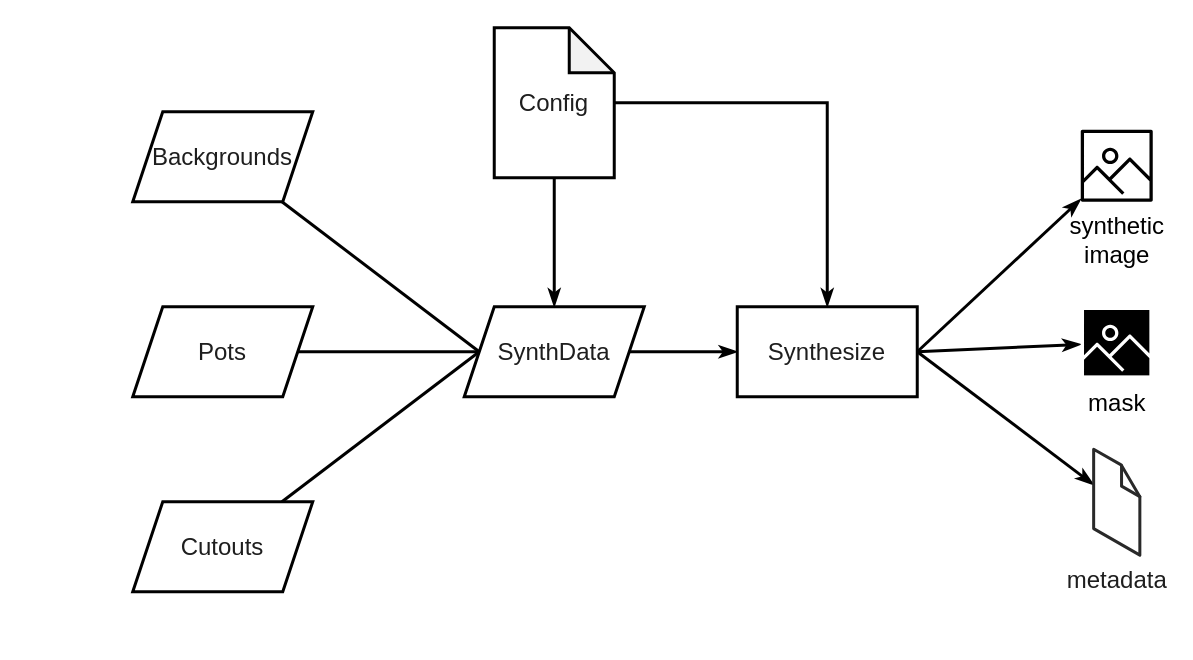
The draw.io diagram page "Page-5" (5 of 5) of asset/Class_diagrams.drawio.xml in precision-sustainable-ag/SemiF-SyntheticPipeline, before the edit. Source tidied: cells renumbered, new cells numbered last; positions are measured from the earlier drawing's top-left corner, leaving out a move shared by most shapes. Both pictures are drawn from the tidied source at 150%, with x=0, y=0 at pixel (132, 27).
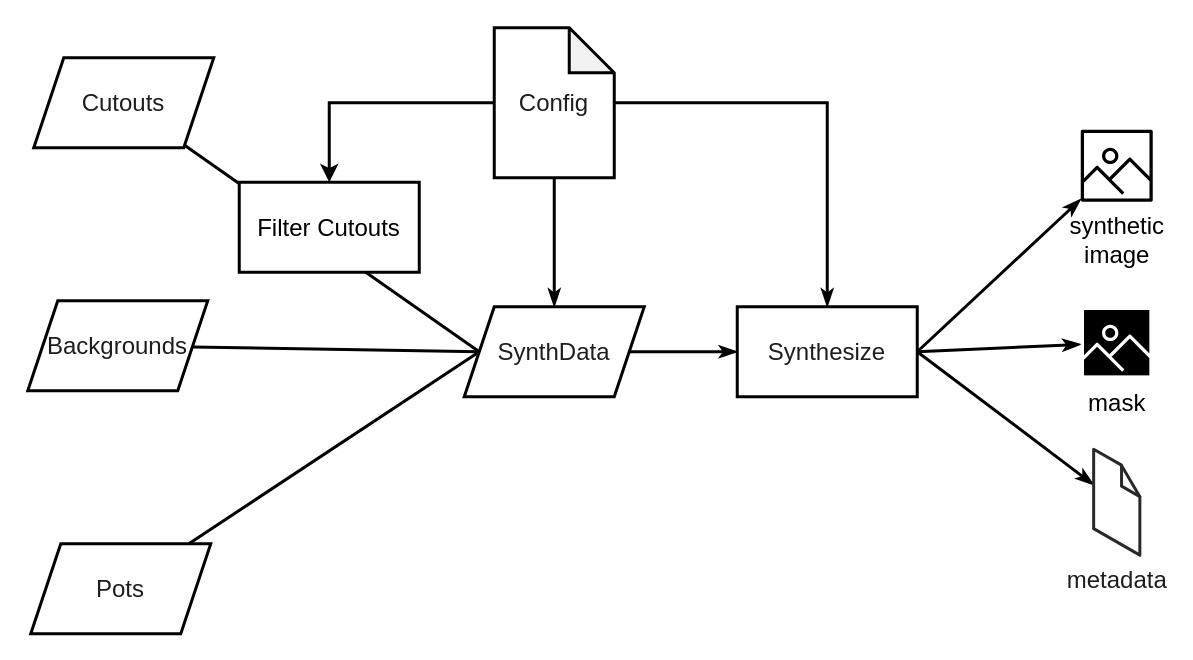
Above is the later version.

The change refers to these unchanged cells:
```xml
<mxCell id="12" value="Config" style="shape=note;whiteSpace=wrap;html=1;backgroundOutline=1;darkOpacity=0.05;fontSize=16;fontColor=#1E1E1E;strokeColor=#000000;strokeWidth=2;" parent="1" vertex="1">
  <mxGeometry x="241" width="80" height="100" as="geometry" />
</mxCell>
```

Change to the diagram source:
```diff
@@
     <mxCell id="3" value="Cutouts" style="shape=parallelogram;perimeter=parallelogramPerimeter;whiteSpace=wrap;html=1;fixedSize=1;fontSize=16;fontColor=#1E1E1E;strokeColor=#000000;strokeWidth=2;flipH=0;" parent="1" vertex="1">
-      <mxGeometry y="316" width="120" height="60" as="geometry" />
+      <mxGeometry x="-66" y="20" width="120" height="60" as="geometry" />
     </mxCell>
@@
     <mxCell id="5" value="Pots" style="shape=parallelogram;perimeter=parallelogramPerimeter;whiteSpace=wrap;html=1;fixedSize=1;fontSize=16;fontColor=#1E1E1E;strokeColor=#000000;strokeWidth=2;flipH=0;" parent="1" vertex="1">
-      <mxGeometry y="186" width="120" height="60" as="geometry" />
+      <mxGeometry x="-68" y="344" width="120" height="60" as="geometry" />
     </mxCell>
@@
     <mxCell id="7" value="Backgrounds" style="shape=parallelogram;perimeter=parallelogramPerimeter;whiteSpace=wrap;html=1;fixedSize=1;fontSize=16;fontColor=#1E1E1E;strokeColor=#000000;strokeWidth=2;flipH=0;" parent="1" vertex="1">
-      <mxGeometry y="56" width="120" height="60" as="geometry" />
+      <mxGeometry x="-70" y="182" width="120" height="60" as="geometry" />
     </mxCell>
@@
+    <mxCell id="22" style="edgeStyle=orthogonalEdgeStyle;rounded=0;jettySize=auto;html=1;entryX=0.5;entryY=0;entryDx=0;entryDy=0;strokeWidth=2;" parent="1" edge="1" source="12" target="23">
+      <mxGeometry relative="1" as="geometry">
+        <Array as="points">
+          <mxPoint x="131" y="50" />
+        </Array>
+      </mxGeometry>
+    </mxCell>
@@
+    <mxCell id="23" value="Filter Cutouts" style="rounded=0;whiteSpace=wrap;html=1;strokeWidth=2;fontSize=16;" parent="1" vertex="1">
+      <mxGeometry x="71" y="103" width="120" height="60" as="geometry" />
+    </mxCell>
```
